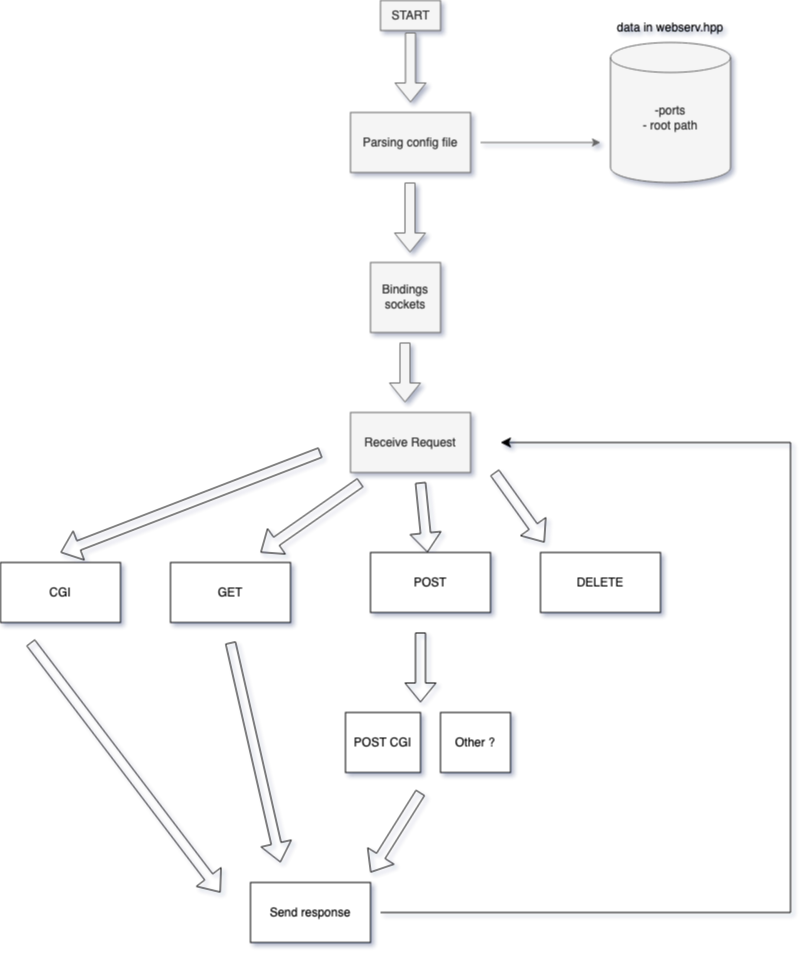
es4nchez/webserv keeps this draw.io diagram as Diagram Webserv.drawio.png. Above is the earlier version. Source tidied: cells renumbered, new cells last; positions are measured from the earlier drawing's top-left corner, leaving out a move shared by most shapes.
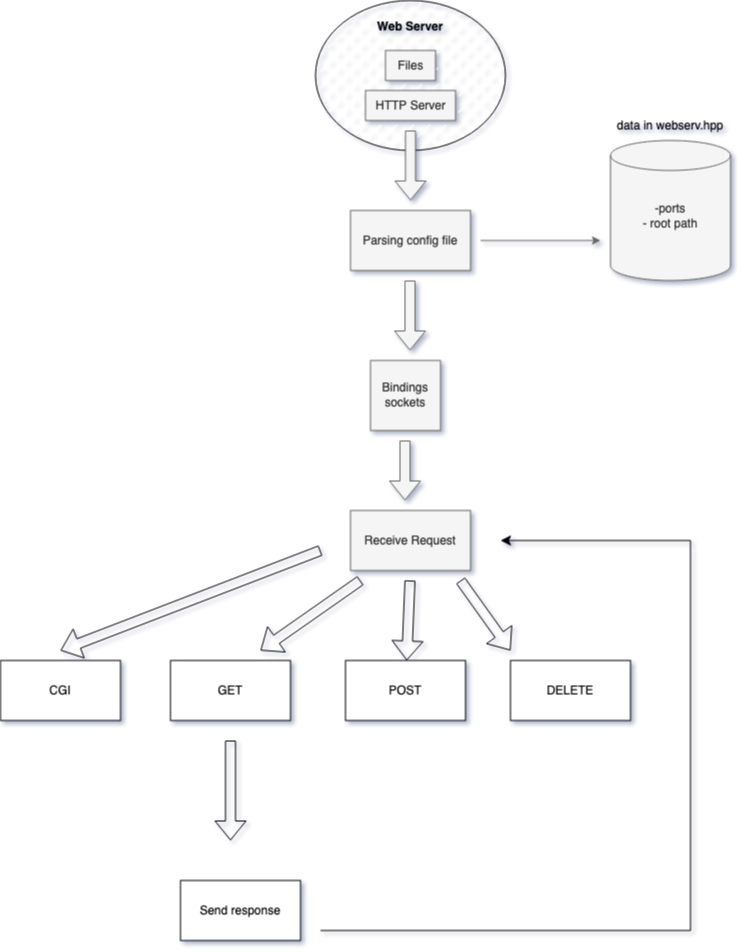
Later version of the same file.

Commit message:
Mettre à jour Diagram Webserv.drawio.png

What changed in the source:
```diff
@@ -2,8 +2,11 @@
   <root>
     <mxCell id="0" />
     <mxCell id="1" parent="0" />
+    <mxCell id="28" value="&lt;div&gt;&lt;br&gt;&lt;/div&gt;&lt;div style=&quot;line-height: 100%;&quot; align=&quot;center&quot;&gt;&lt;b&gt;Web Server&lt;/b&gt;&lt;br&gt;&lt;/div&gt;" style="ellipse;whiteSpace=wrap;html=1;labelBackgroundColor=none;fillColor=default;fillStyle=dashed;verticalAlign=top;" parent="1" vertex="1">
+      <mxGeometry x="315" y="-98" width="190" height="150" as="geometry" />
+    </mxCell>
-    <mxCell id="2" value="&lt;div&gt;START&lt;/div&gt;" style="text;html=1;align=center;verticalAlign=middle;strokeColor=#666666;fillColor=#f5f5f5;fontColor=#333333;" parent="1" vertex="1">
-      <mxGeometry x="380" width="60" height="30" as="geometry" />
+    <mxCell id="2" value="Files" style="text;html=1;align=center;verticalAlign=middle;strokeColor=#666666;fillColor=#f5f5f5;fontColor=#333333;" parent="1" vertex="1">
+      <mxGeometry x="385" y="-48" width="50" height="30" as="geometry" />
     </mxCell>
     <mxCell id="3" style="shape=flexArrow;endArrow=classic;html=1;rounded=0;fillColor=#f5f5f5;strokeColor=#666666;" parent="1" edge="1">
       <mxGeometry relative="1" as="geometry">
@@ -52,23 +55,23 @@
     </mxCell>
     <mxCell id="13" style="shape=flexArrow;endArrow=classic;html=1;rounded=0;" parent="1" edge="1" target="15">
       <mxGeometry relative="1" as="geometry">
-        <mxPoint x="420" y="482" as="sourcePoint" />
+        <mxPoint x="409.5" y="482" as="sourcePoint" />
       </mxGeometry>
     </mxCell>
     <mxCell id="14" style="shape=flexArrow;endArrow=classic;html=1;rounded=0;" parent="1" edge="1">
       <mxGeometry relative="1" as="geometry">
-        <mxPoint x="494" y="472" as="sourcePoint" />
-        <mxPoint x="544" y="542" as="targetPoint" />
+        <mxPoint x="460" y="482" as="sourcePoint" />
+        <mxPoint x="510" y="552" as="targetPoint" />
       </mxGeometry>
     </mxCell>
     <mxCell id="15" value="&lt;div&gt;POST&lt;/div&gt;" style="rounded=0;whiteSpace=wrap;html=1;" parent="1" vertex="1">
-      <mxGeometry x="370" y="552" width="120" height="60" as="geometry" />
+      <mxGeometry x="345" y="562" width="120" height="60" as="geometry" />
     </mxCell>
     <mxCell id="16" value="&lt;div&gt;&lt;br&gt;&lt;/div&gt;&lt;div&gt;GET&lt;/div&gt;&lt;div&gt;&lt;br&gt;&lt;/div&gt;" style="rounded=0;whiteSpace=wrap;html=1;" parent="1" vertex="1">
       <mxGeometry x="170" y="562" width="120" height="60" as="geometry" />
     </mxCell>
     <mxCell id="17" value="DELETE" style="rounded=0;whiteSpace=wrap;html=1;" parent="1" vertex="1">
-      <mxGeometry x="540" y="552" width="120" height="60" as="geometry" />
+      <mxGeometry x="510" y="562" width="120" height="60" as="geometry" />
     </mxCell>
     <mxCell id="18" style="shape=flexArrow;endArrow=classic;html=1;rounded=0;" parent="1" edge="1">
       <mxGeometry relative="1" as="geometry">
@@ -82,45 +85,23 @@
     <mxCell id="20" style="shape=flexArrow;endArrow=classic;html=1;rounded=0;" parent="1" edge="1">
       <mxGeometry relative="1" as="geometry">
         <mxPoint x="230" y="642" as="sourcePoint" />
-        <mxPoint x="280" y="862" as="targetPoint" />
+        <mxPoint x="230" y="742" as="targetPoint" />
       </mxGeometry>
     </mxCell>
     <mxCell id="21" style="edgeStyle=segmentEdgeStyle;endArrow=classic;html=1;curved=0;rounded=0;endSize=8;startSize=8;" parent="1" edge="1">
       <mxGeometry relative="1" as="geometry">
-        <mxPoint x="380" y="912" as="sourcePoint" />
+        <mxPoint x="320" y="832" as="sourcePoint" />
         <mxPoint x="500" y="442" as="targetPoint" />
         <Array as="points">
-          <mxPoint x="790" y="912" />
-          <mxPoint x="790" y="442" />
+          <mxPoint x="690" y="832" />
         </Array>
       </mxGeometry>
     </mxCell>
     <mxCell id="22" value="&lt;div&gt;Send response&lt;/div&gt;" style="rounded=0;whiteSpace=wrap;html=1;" parent="1" vertex="1">
-      <mxGeometry x="250" y="882" width="120" height="60" as="geometry" />
+      <mxGeometry x="180" y="782" width="120" height="60" as="geometry" />
     </mxCell>
-    <mxCell id="23" style="shape=flexArrow;endArrow=classic;html=1;rounded=0;" parent="1" edge="1">
-      <mxGeometry relative="1" as="geometry">
-        <mxPoint x="420" y="632" as="sourcePoint" />
-        <mxPoint x="420" y="702" as="targetPoint" />
-      </mxGeometry>
-    </mxCell>
-    <mxCell id="24" value="POST CGI" style="rounded=0;whiteSpace=wrap;html=1;" parent="1" vertex="1">
-      <mxGeometry x="345" y="712" width="75" height="60" as="geometry" />
-    </mxCell>
-    <mxCell id="25" value="Other ?" style="rounded=0;whiteSpace=wrap;html=1;" parent="1" vertex="1">
-      <mxGeometry x="440" y="712" width="70" height="60" as="geometry" />
-    </mxCell>
-    <mxCell id="26" style="shape=flexArrow;endArrow=classic;html=1;rounded=0;" parent="1" edge="1">
-      <mxGeometry relative="1" as="geometry">
-        <mxPoint x="420" y="792" as="sourcePoint" />
-        <mxPoint x="370" y="872" as="targetPoint" />
-      </mxGeometry>
-    </mxCell>
-    <mxCell id="27" style="shape=flexArrow;endArrow=classic;html=1;rounded=0;" parent="1" edge="1">
-      <mxGeometry relative="1" as="geometry">
-        <mxPoint x="30" y="642" as="sourcePoint" />
-        <mxPoint x="220" y="892" as="targetPoint" />
-      </mxGeometry>
-    </mxCell>
+    <mxCell id="29" value="HTTP Server" style="text;html=1;align=center;verticalAlign=middle;strokeColor=#666666;fillColor=#f5f5f5;fontColor=#333333;" parent="1" vertex="1">
+      <mxGeometry x="365" y="-8" width="90" height="30" as="geometry" />
+    </mxCell>
   </root>
 </mxGraphModel>
```
